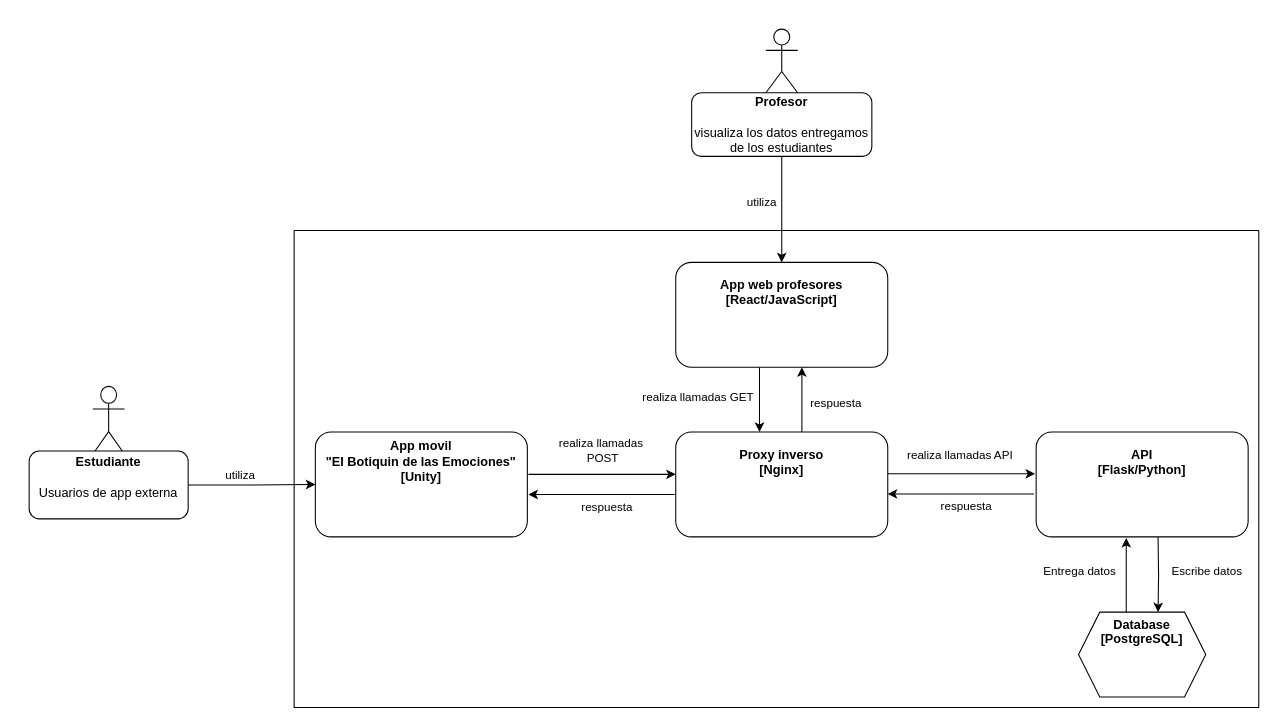
This is page "C2" (4 of 7) of diagramas.drawio from sanhue903/API-memoria, a draw.io file, before an edit. Source tidied: cells renumbered, new cells numbered last; positions are measured from the earlier drawing's top-left corner, leaving out a move shared by most shapes. Both pictures are drawn from the tidied source at 106%, with x=0, y=0 at pixel (29, 29).
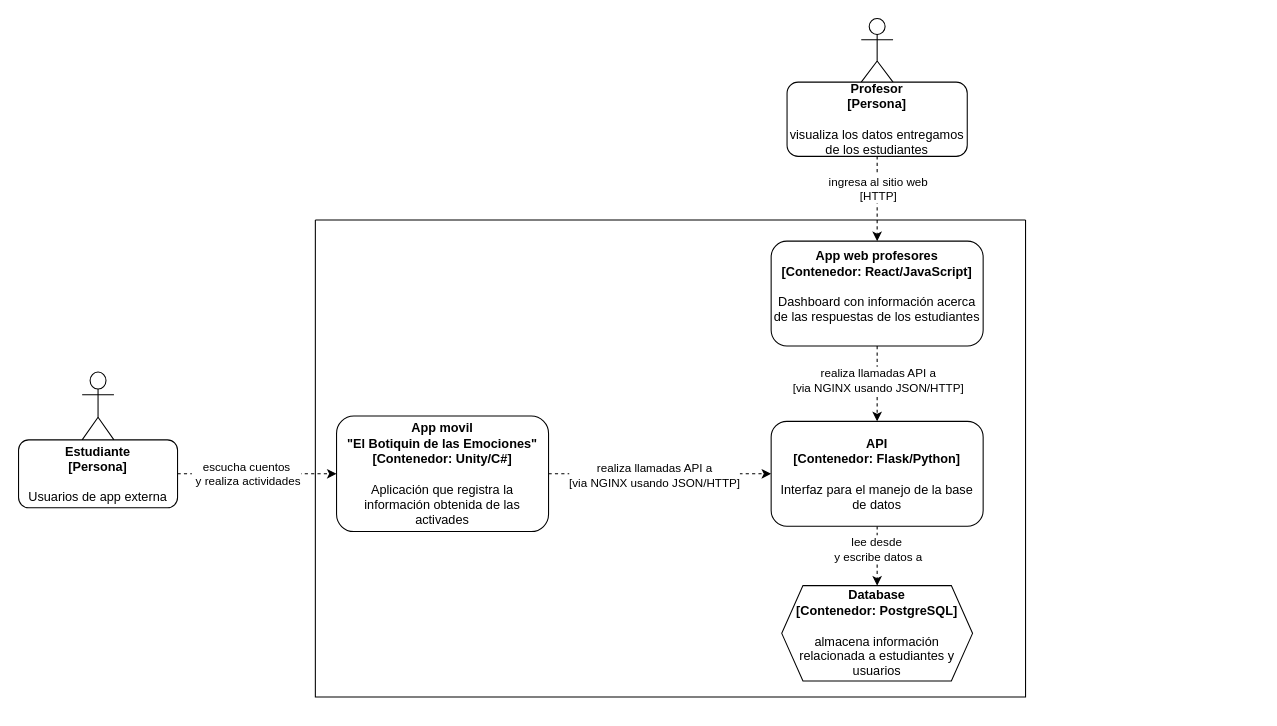
The same diagram, later.

Diff of the diagram source:
```diff
@@
     <mxCell id="2" style="swimlane;startSize=0;" parent="1" vertex="1">
-      <mxGeometry x="250" y="190" width="910" height="450" as="geometry" />
+      <mxGeometry x="270" y="180" width="670" height="450" as="geometry" />
     </mxCell>
-    <mxCell id="3" style="edgeStyle=orthogonalEdgeStyle;rounded=0;jettySize=auto;html=1;entryX=0;entryY=0.404;entryDx=0;entryDy=0;entryPerimeter=0;exitX=1.005;exitY=0.404;exitDx=0;exitDy=0;exitPerimeter=0;" parent="2" edge="1" source="5" target="11">
+    <mxCell id="3" style="edgeStyle=orthogonalEdgeStyle;rounded=0;jettySize=auto;html=1;entryX=0;entryY=0.5;entryDx=0;entryDy=0;exitX=1;exitY=0.5;exitDx=0;exitDy=0;dashed=1;" parent="2" edge="1" source="5" target="23">
       <mxGeometry relative="1" as="geometry" />
     </mxCell>
-    <mxCell id="4" value="realiza llamadas&amp;nbsp;&lt;div&gt;POST&lt;/div&gt;" style="edgeLabel;html=1;align=center;verticalAlign=middle;" parent="3" vertex="1">
+    <mxCell id="4" value="realiza llamadas API a&lt;div&gt;[via NGINX usando JSON/HTTP]&lt;/div&gt;" style="edgeLabel;html=1;align=center;verticalAlign=middle;" parent="3" vertex="1">
       <mxGeometry x="-0.17" relative="1" as="geometry">
-        <mxPoint x="11" y="-22" as="offset" />
+        <mxPoint x="12" y="1" as="offset" />
       </mxGeometry>
     </mxCell>
-    <mxCell id="5" value="&lt;b&gt;App movil&lt;/b&gt;&lt;div&gt;&lt;b&gt;&quot;El Botiquin de las Emociones&quot;&lt;/b&gt;&lt;/div&gt;&lt;div&gt;&lt;b&gt;[Unity]&lt;br&gt;&lt;/b&gt;&lt;div&gt;&lt;br&gt;&lt;/div&gt;&lt;div&gt;&lt;br&gt;&lt;/div&gt;&lt;div&gt;&lt;br&gt;&lt;/div&gt;&lt;/div&gt;" style="rounded=1;whiteSpace=wrap;html=1;" parent="2" vertex="1">
-      <mxGeometry x="20" y="190" width="200" height="99" as="geometry" />
+    <mxCell id="5" value="&lt;b&gt;App movil&lt;/b&gt;&lt;div&gt;&lt;b&gt;&quot;El Botiquin de las Emociones&quot;&lt;/b&gt;&lt;/div&gt;&lt;div&gt;&lt;b&gt;[Contenedor: Unity/C#]&lt;br&gt;&lt;/b&gt;&lt;div&gt;&lt;br&gt;&lt;/div&gt;&lt;div&gt;Aplicación que registra la información obtenida de las activades&lt;/div&gt;&lt;/div&gt;" style="rounded=1;whiteSpace=wrap;html=1;" parent="2" vertex="1">
+      <mxGeometry x="20" y="185" width="200" height="109" as="geometry" />
     </mxCell>
-    <mxCell id="6" style="edgeStyle=orthogonalEdgeStyle;rounded=0;jettySize=auto;html=1;exitX=0.395;exitY=1;exitDx=0;exitDy=0;entryX=0.395;entryY=0;entryDx=0;entryDy=0;exitPerimeter=0;entryPerimeter=0;" parent="2" edge="1" source="8" target="11">
+    <mxCell id="6" style="edgeStyle=orthogonalEdgeStyle;rounded=0;jettySize=auto;html=1;exitX=0.5;exitY=1;exitDx=0;exitDy=0;entryX=0.5;entryY=0;entryDx=0;entryDy=0;dashed=1;" parent="2" edge="1" source="8" target="23">
       <mxGeometry relative="1" as="geometry" />
     </mxCell>
-    <mxCell id="7" value="realiza llamadas GET" style="edgeLabel;html=1;align=center;verticalAlign=middle;" parent="6" vertex="1">
+    <mxCell id="7" value="realiza llamadas API a&lt;div&gt;[via NGINX usando JSON/HTTP]&lt;/div&gt;" style="edgeLabel;html=1;align=center;verticalAlign=middle;" parent="6" vertex="1">
       <mxGeometry x="-0.11" y="3" relative="1" as="geometry">
-        <mxPoint x="-62" as="offset" />
+        <mxPoint x="-3" as="offset" />
       </mxGeometry>
     </mxCell>
-    <mxCell id="8" value="&lt;div&gt;&lt;b&gt;App web profesores&lt;/b&gt;&lt;/div&gt;&lt;div&gt;&lt;b&gt;[React/JavaScript]&lt;br&gt;&lt;/b&gt;&lt;div&gt;&lt;br&gt;&lt;/div&gt;&lt;div&gt;&lt;br&gt;&lt;/div&gt;&lt;div&gt;&lt;br&gt;&lt;/div&gt;&lt;/div&gt;" style="rounded=1;whiteSpace=wrap;html=1;" parent="2" vertex="1">
-      <mxGeometry x="360" y="30" width="200" height="99" as="geometry" />
+    <mxCell id="8" value="&lt;div&gt;&lt;b&gt;App web profesores&lt;/b&gt;&lt;/div&gt;&lt;div&gt;&lt;b&gt;[Contenedor: React/JavaScript]&lt;br&gt;&lt;/b&gt;&lt;div&gt;&lt;br&gt;&lt;/div&gt;&lt;div&gt;Dashboard con información acerca de las respuestas de los estudiantes&lt;/div&gt;&lt;div&gt;&lt;br&gt;&lt;/div&gt;&lt;/div&gt;" style="rounded=1;whiteSpace=wrap;html=1;" parent="2" vertex="1">
+      <mxGeometry x="430" y="20" width="200" height="99" as="geometry" />
     </mxCell>
-    <mxCell id="9" style="edgeStyle=orthogonalEdgeStyle;rounded=0;jettySize=auto;html=1;exitX=0.595;exitY=0;exitDx=0;exitDy=0;entryX=0.595;entryY=1;entryDx=0;entryDy=0;entryPerimeter=0;exitPerimeter=0;" parent="2" edge="1" source="11" target="8">
-      <mxGeometry relative="1" as="geometry" />
-    </mxCell>
-    <mxCell id="10" value="respuesta" style="edgeLabel;html=1;align=center;verticalAlign=middle;" parent="9" vertex="1">
-      <mxGeometry x="-0.08" y="-3" relative="1" as="geometry">
-        <mxPoint x="28" as="offset" />
-      </mxGeometry>
-    </mxCell>
-    <mxCell id="11" value="&lt;div&gt;&lt;b&gt;Proxy inverso&lt;/b&gt;&lt;/div&gt;&lt;div&gt;&lt;b&gt;[Nginx]&lt;br&gt;&lt;/b&gt;&lt;div&gt;&lt;br&gt;&lt;/div&gt;&lt;div&gt;&lt;br&gt;&lt;/div&gt;&lt;div&gt;&lt;br&gt;&lt;/div&gt;&lt;/div&gt;" style="rounded=1;whiteSpace=wrap;html=1;" parent="2" vertex="1">
-      <mxGeometry x="360" y="190" width="200" height="99" as="geometry" />
-    </mxCell>
-    <mxCell id="12" value="&lt;div&gt;&lt;b style=&quot;background-color: initial;&quot;&gt;Database&lt;/b&gt;&lt;/div&gt;&lt;div&gt;&lt;b style=&quot;background-color: initial;&quot;&gt;[PostgreSQL]&lt;/b&gt;&lt;br&gt;&lt;/div&gt;&lt;div&gt;&lt;div&gt;&lt;br&gt;&lt;/div&gt;&lt;div&gt;&lt;br&gt;&lt;/div&gt;&lt;div&gt;&lt;br&gt;&lt;/div&gt;&lt;/div&gt;" style="shape=hexagon;perimeter=hexagonPerimeter2;whiteSpace=wrap;html=1;fixedSize=1;" parent="2" vertex="1">
-      <mxGeometry x="740" y="360" width="120" height="80" as="geometry" />
+    <mxCell id="12" value="&lt;div&gt;&lt;b style=&quot;background-color: initial;&quot;&gt;Database&lt;/b&gt;&lt;/div&gt;&lt;div&gt;&lt;b style=&quot;background-color: initial;&quot;&gt;[Contenedor: PostgreSQL]&lt;/b&gt;&lt;br&gt;&lt;/div&gt;&lt;div&gt;&lt;div&gt;&lt;br&gt;&lt;/div&gt;&lt;/div&gt;&lt;div&gt;almacena información relacionada a estudiantes y usuarios&lt;/div&gt;" style="shape=hexagon;perimeter=hexagonPerimeter2;whiteSpace=wrap;html=1;fixedSize=1;" parent="2" vertex="1">
+      <mxGeometry x="440" y="345" width="180" height="90" as="geometry" />
     </mxCell>
-    <mxCell id="13" style="edgeStyle=orthogonalEdgeStyle;rounded=0;jettySize=auto;html=1;exitX=-0.005;exitY=0.596;exitDx=0;exitDy=0;entryX=1.005;entryY=0.596;entryDx=0;entryDy=0;exitPerimeter=0;entryPerimeter=0;" parent="2" edge="1" source="11" target="5">
-      <mxGeometry relative="1" as="geometry" />
-    </mxCell>
-    <mxCell id="14" value="respuesta" style="edgeLabel;html=1;align=center;verticalAlign=middle;" parent="13" vertex="1">
-      <mxGeometry x="-0.06" y="-1" relative="1" as="geometry">
-        <mxPoint y="12" as="offset" />
-      </mxGeometry>
-    </mxCell>
-    <mxCell id="15" style="edgeStyle=orthogonalEdgeStyle;rounded=0;jettySize=auto;html=1;exitX=0.375;exitY=0;exitDx=0;exitDy=0;" parent="2" edge="1" source="12">
-      <mxGeometry relative="1" as="geometry">
-        <mxPoint x="785" y="290" as="targetPoint" />
-      </mxGeometry>
-    </mxCell>
-    <mxCell id="16" value="Entrega datos" style="edgeLabel;html=1;align=center;verticalAlign=middle;" parent="15" vertex="1">
-      <mxGeometry x="-0.11" y="3" relative="1" as="geometry">
-        <mxPoint x="-42" y="-9" as="offset" />
-      </mxGeometry>
-    </mxCell>
-    <mxCell id="17" style="edgeStyle=orthogonalEdgeStyle;rounded=0;jettySize=auto;html=1;entryX=0.625;entryY=0;entryDx=0;entryDy=0;exitX=0.575;exitY=1;exitDx=0;exitDy=0;exitPerimeter=0;" parent="2" edge="1" target="12">
-      <mxGeometry relative="1" as="geometry">
-        <mxPoint x="815" y="289" as="sourcePoint" />
-      </mxGeometry>
+    <mxCell id="17" style="edgeStyle=orthogonalEdgeStyle;rounded=0;jettySize=auto;html=1;entryX=0.5;entryY=0;entryDx=0;entryDy=0;exitX=0.5;exitY=1;exitDx=0;exitDy=0;dashed=1;" parent="2" edge="1" source="23" target="12">
+      <mxGeometry relative="1" as="geometry" />
     </mxCell>
-    <mxCell id="18" value="Escribe datos" style="edgeLabel;html=1;align=center;verticalAlign=middle;" parent="17" vertex="1">
+    <mxCell id="18" value="lee desde&amp;nbsp;&lt;div&gt;y escribe datos a&lt;/div&gt;" style="edgeLabel;html=1;align=center;verticalAlign=middle;" parent="17" vertex="1">
       <mxGeometry x="-0.11" y="3" relative="1" as="geometry">
-        <mxPoint x="42" as="offset" />
+        <mxPoint x="-3" y="-4" as="offset" />
       </mxGeometry>
     </mxCell>
-    <mxCell id="19" style="edgeStyle=orthogonalEdgeStyle;rounded=0;orthogonalLoop=1;jettySize=auto;html=1;entryX=0;entryY=0.404;entryDx=0;entryDy=0;entryPerimeter=0;exitX=1.005;exitY=0.404;exitDx=0;exitDy=0;exitPerimeter=0;" parent="2" edge="1">
-      <mxGeometry relative="1" as="geometry">
-        <mxPoint x="560" y="229.5" as="sourcePoint" />
-        <mxPoint x="699" y="229.5" as="targetPoint" />
-      </mxGeometry>
-    </mxCell>
-    <mxCell id="20" value="realiza llamadas API" style="edgeLabel;html=1;align=center;verticalAlign=middle;" parent="19" vertex="1">
-      <mxGeometry x="-0.17" relative="1" as="geometry">
-        <mxPoint x="9" y="-18" as="offset" />
-      </mxGeometry>
-    </mxCell>
-    <mxCell id="21" style="edgeStyle=orthogonalEdgeStyle;rounded=0;orthogonalLoop=1;jettySize=auto;html=1;exitX=-0.005;exitY=0.596;exitDx=0;exitDy=0;entryX=1.005;entryY=0.596;entryDx=0;entryDy=0;exitPerimeter=0;entryPerimeter=0;" parent="2" edge="1">
-      <mxGeometry relative="1" as="geometry">
-        <mxPoint x="698" y="248.5" as="sourcePoint" />
-        <mxPoint x="560" y="248.5" as="targetPoint" />
-      </mxGeometry>
-    </mxCell>
-    <mxCell id="22" value="respuesta" style="edgeLabel;html=1;align=center;verticalAlign=middle;" parent="21" vertex="1">
-      <mxGeometry x="-0.06" y="-1" relative="1" as="geometry">
-        <mxPoint y="12" as="offset" />
-      </mxGeometry>
-    </mxCell>
-    <mxCell id="23" value="&lt;div&gt;&lt;b&gt;API&lt;/b&gt;&lt;/div&gt;&lt;div&gt;&lt;b&gt;[Flask/Python]&lt;br&gt;&lt;/b&gt;&lt;div&gt;&lt;br&gt;&lt;/div&gt;&lt;div&gt;&lt;br&gt;&lt;/div&gt;&lt;div&gt;&lt;br&gt;&lt;/div&gt;&lt;/div&gt;" style="rounded=1;whiteSpace=wrap;html=1;" parent="2" vertex="1">
-      <mxGeometry x="700" y="190" width="200" height="99" as="geometry" />
+    <mxCell id="23" value="&lt;div&gt;&lt;b&gt;API&lt;/b&gt;&lt;/div&gt;&lt;div&gt;&lt;b&gt;[Contenedor: Flask/Python]&lt;br&gt;&lt;/b&gt;&lt;div&gt;&lt;br&gt;&lt;/div&gt;&lt;div&gt;Interfaz para el manejo de la base de datos&lt;/div&gt;&lt;/div&gt;" style="rounded=1;whiteSpace=wrap;html=1;" parent="2" vertex="1">
+      <mxGeometry x="430" y="190" width="200" height="99" as="geometry" />
     </mxCell>
     <mxCell id="24" style="shape=umlActor;verticalLabelPosition=bottom;verticalAlign=top;html=1;" parent="1" vertex="1">
-      <mxGeometry x="695" width="30" height="60" as="geometry" />
+      <mxGeometry x="785" y="-10" width="30" height="60" as="geometry" />
     </mxCell>
     <mxCell id="25" value="&lt;div&gt;&lt;br&gt;&lt;/div&gt;" style="shape=umlActor;verticalLabelPosition=bottom;verticalAlign=top;html=1;" parent="1" vertex="1">
-      <mxGeometry x="60" y="337" width="30" height="64" as="geometry" />
+      <mxGeometry x="50" y="323.5" width="30" height="64" as="geometry" />
     </mxCell>
-    <mxCell id="26" style="edgeStyle=orthogonalEdgeStyle;rounded=0;jettySize=auto;html=1;exitX=1;exitY=0.5;exitDx=0;exitDy=0;" parent="1" edge="1" source="28" target="5">
+    <mxCell id="26" style="edgeStyle=orthogonalEdgeStyle;rounded=0;jettySize=auto;html=1;exitX=1;exitY=0.5;exitDx=0;exitDy=0;dashed=1;" parent="1" edge="1" source="28" target="5">
       <mxGeometry relative="1" as="geometry" />
     </mxCell>
-    <mxCell id="27" value="utiliza" style="edgeLabel;html=1;align=center;verticalAlign=middle;" parent="26" vertex="1">
+    <mxCell id="27" value="escucha cuentos&lt;div&gt;&amp;nbsp;y realiza actividades&lt;/div&gt;" style="edgeLabel;html=1;align=center;verticalAlign=middle;" parent="26" vertex="1">
       <mxGeometry x="-0.2" y="2" relative="1" as="geometry">
-        <mxPoint y="-8" as="offset" />
+        <mxPoint x="4" y="2" as="offset" />
       </mxGeometry>
     </mxCell>
-    <mxCell id="28" value="&lt;b&gt;Estudiante&lt;/b&gt;&lt;div&gt;&lt;br&gt;&lt;/div&gt;&lt;div&gt;Usuarios de app externa&lt;/div&gt;&lt;div&gt;&lt;br&gt;&lt;/div&gt;" style="rounded=1;whiteSpace=wrap;html=1;" parent="1" vertex="1">
-      <mxGeometry y="398" width="150" height="64" as="geometry" />
+    <mxCell id="28" value="&lt;b&gt;Estudiante&lt;/b&gt;&lt;div&gt;&lt;b&gt;[Persona]&lt;br&gt;&lt;/b&gt;&lt;div&gt;&lt;br&gt;&lt;/div&gt;&lt;div&gt;Usuarios de app externa&lt;/div&gt;&lt;/div&gt;" style="rounded=1;whiteSpace=wrap;html=1;" parent="1" vertex="1">
+      <mxGeometry x="-10" y="387.5" width="150" height="64" as="geometry" />
     </mxCell>
-    <mxCell id="29" style="edgeStyle=orthogonalEdgeStyle;rounded=0;jettySize=auto;html=1;exitX=0.5;exitY=1;exitDx=0;exitDy=0;" parent="1" edge="1" source="31" target="8">
+    <mxCell id="29" style="edgeStyle=orthogonalEdgeStyle;rounded=0;jettySize=auto;html=1;exitX=0.5;exitY=1;exitDx=0;exitDy=0;dashed=1;" parent="1" edge="1" source="31" target="8">
       <mxGeometry relative="1" as="geometry" />
     </mxCell>
-    <mxCell id="30" value="utiliza" style="edgeLabel;html=1;align=center;verticalAlign=middle;" parent="29" vertex="1">
+    <mxCell id="30" value="ingresa al sitio web&lt;div&gt;[HTTP]&lt;/div&gt;" style="edgeLabel;html=1;align=center;verticalAlign=middle;" parent="29" vertex="1">
       <mxGeometry x="-0.16" y="-1" relative="1" as="geometry">
-        <mxPoint x="-19" as="offset" />
+        <mxPoint x="1" y="-4" as="offset" />
       </mxGeometry>
     </mxCell>
-    <mxCell id="31" value="&lt;b&gt;Profesor&lt;/b&gt;&lt;br&gt;&lt;div&gt;&lt;br&gt;&lt;/div&gt;&lt;div&gt;visualiza los datos entregamos de los estudiantes&lt;/div&gt;" style="rounded=1;whiteSpace=wrap;html=1;" parent="1" vertex="1">
-      <mxGeometry x="625" y="60" width="170" height="60" as="geometry" />
+    <mxCell id="31" value="&lt;b&gt;Profesor&lt;/b&gt;&lt;div&gt;&lt;b&gt;[Persona]&lt;/b&gt;&lt;/div&gt;&lt;div&gt;&lt;b&gt;&lt;br&gt;&lt;/b&gt;&lt;div&gt;visualiza los datos entregamos de los estudiantes&lt;/div&gt;&lt;/div&gt;" style="rounded=1;whiteSpace=wrap;html=1;" parent="1" vertex="1">
+      <mxGeometry x="715" y="50" width="170" height="70" as="geometry" />
     </mxCell>
```
